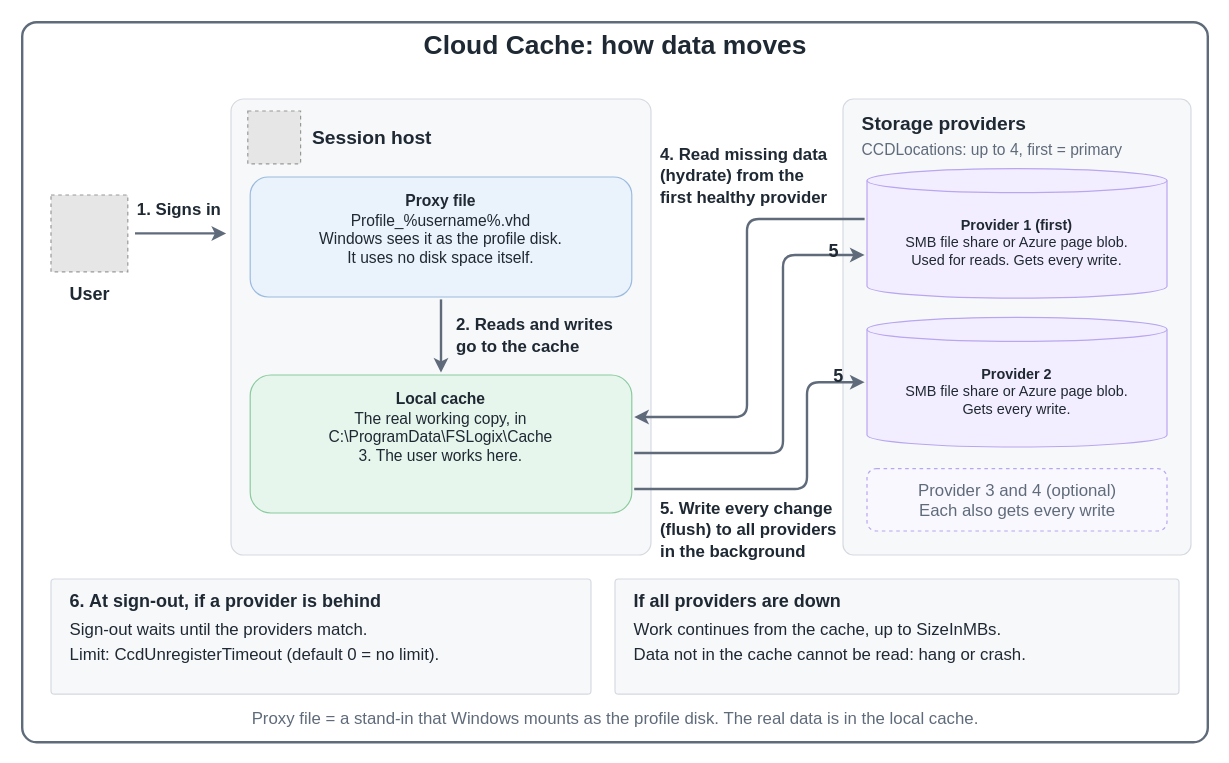
AddySidd27/cloud-ai-notes keeps this draw.io diagram as src/img/avd/AVD-FSLogix-Cloud-Cache.drawio. Above is the earlier version. Source tidied: cells renumbered, new cells numbered last; positions are measured from the earlier drawing's top-left corner, leaving out a move shared by most shapes. Both pictures are drawn from the tidied source at 120%, with x=0, y=0 at pixel (22, 22). Pictures stored in the file or linked from it are replaced by grey dashed boxes.
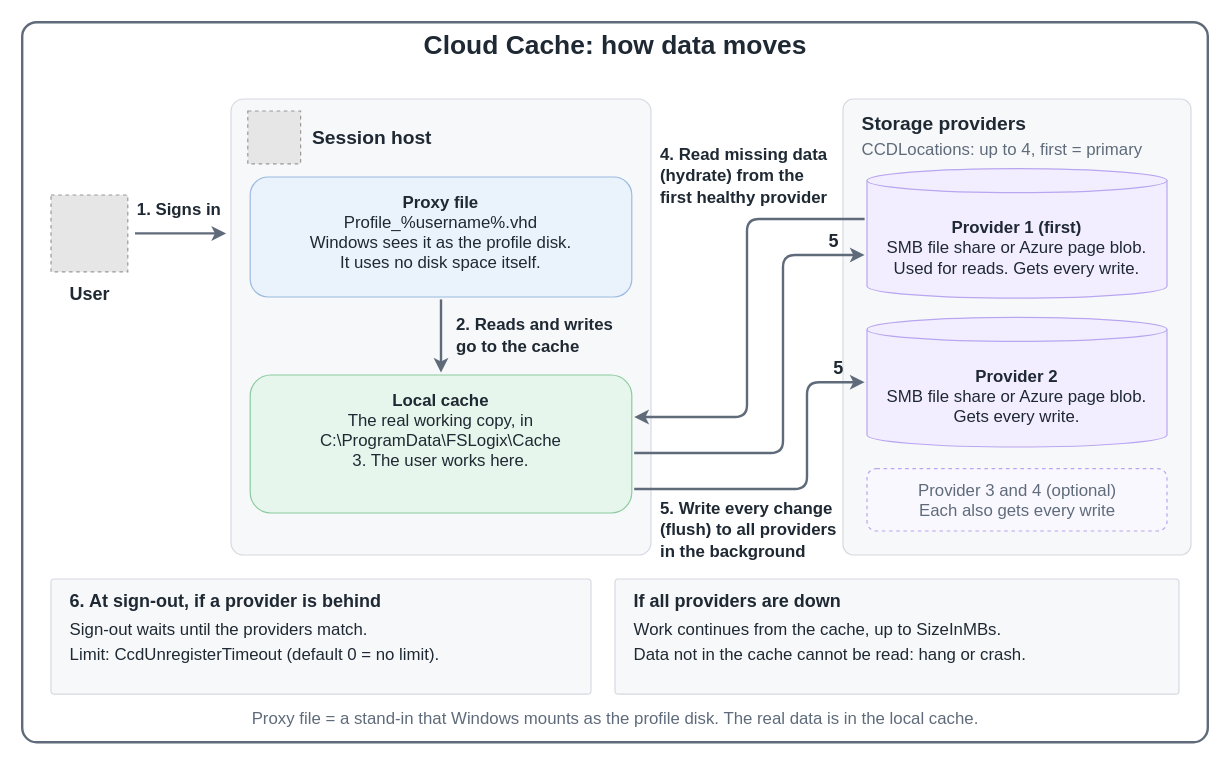
The same page after the edit.

The edit, as a diff of the source:
```diff
@@
-    <mxCell id="11" value="&lt;b&gt;Proxy file&lt;/b&gt;&lt;br&gt;Profile_%username%.vhd&lt;br&gt;Windows sees it as the profile disk.&lt;br&gt;It uses no disk space itself." style="rounded=1;whiteSpace=wrap;html=1;fillColor=#eaf2fb;strokeColor=#9bbbe0;fontSize=13;fontColor=#1f2933;verticalAlign=top;spacingTop=6;" parent="1" vertex="1">
+    <mxCell id="11" value="&lt;b&gt;Proxy file&lt;/b&gt;&lt;br&gt;Profile_%username%.vhd&lt;br&gt;Windows sees it as the profile disk.&lt;br&gt;It uses no disk space itself." style="rounded=1;whiteSpace=wrap;html=1;fillColor=#eaf2fb;strokeColor=#9bbbe0;fontSize=14;fontColor=#1f2933;verticalAlign=top;spacingTop=6;" parent="1" vertex="1">
       <mxGeometry x="190" y="129" width="318" height="100" as="geometry" />
     </mxCell>
-    <mxCell id="12" value="&lt;b&gt;Local cache&lt;/b&gt;&lt;br&gt;The real working copy, in&lt;br&gt;C:\ProgramData\FSLogix\Cache&lt;br&gt;3. The user works here." style="rounded=1;whiteSpace=wrap;html=1;fillColor=#e7f6ec;strokeColor=#8bcb9f;fontSize=13;fontColor=#1f2933;verticalAlign=top;spacingTop=6;" parent="1" vertex="1">
+    <mxCell id="12" value="&lt;b&gt;Local cache&lt;/b&gt;&lt;br&gt;The real working copy, in&lt;br&gt;C:\ProgramData\FSLogix\Cache&lt;br&gt;3. The user works here." style="rounded=1;whiteSpace=wrap;html=1;fillColor=#e7f6ec;strokeColor=#8bcb9f;fontSize=14;fontColor=#1f2933;verticalAlign=top;spacingTop=6;" parent="1" vertex="1">
       <mxGeometry x="190" y="294" width="318" height="115" as="geometry" />
     </mxCell>
@@
-    <mxCell id="18" value="CCDLocations: up to 4, first = primary" style="text;html=1;align=left;verticalAlign=middle;fontSize=13;fontColor=#5f6b7a;" parent="1" vertex="1">
+    <mxCell id="18" value="CCDLocations: up to 4, first = primary" style="text;html=1;align=left;verticalAlign=middle;fontSize=14;fontColor=#5f6b7a;" parent="1" vertex="1">
       <mxGeometry x="698" y="94" width="260" height="24" as="geometry" />
     </mxCell>
-    <mxCell id="19" value="&lt;b&gt;Provider 1 (first)&lt;/b&gt;&lt;br&gt;SMB file share or Azure page blob.&lt;br&gt;Used for reads. Gets every write." style="shape=cylinder3;whiteSpace=wrap;html=1;boundedLbl=1;backgroundOutline=1;size=10;fillColor=#f3eeff;strokeColor=#b9a6f0;fontSize=12;fontColor=#1f2933;verticalAlign=top;spacingTop=14;" parent="1" vertex="1">
+    <mxCell id="19" value="&lt;b&gt;Provider 1 (first)&lt;/b&gt;&lt;br&gt;SMB file share or Azure page blob.&lt;br&gt;Used for reads. Gets every write." style="shape=cylinder3;whiteSpace=wrap;html=1;boundedLbl=1;backgroundOutline=1;size=10;fillColor=#f3eeff;strokeColor=#b9a6f0;fontSize=14;fontColor=#1f2933;verticalAlign=top;spacingTop=14;" parent="1" vertex="1">
       <mxGeometry x="704" y="122" width="250" height="108" as="geometry" />
     </mxCell>
-    <mxCell id="20" value="&lt;b&gt;Provider 2&lt;/b&gt;&lt;br&gt;SMB file share or Azure page blob.&lt;br&gt;Gets every write." style="shape=cylinder3;whiteSpace=wrap;html=1;boundedLbl=1;backgroundOutline=1;size=10;fillColor=#f3eeff;strokeColor=#b9a6f0;fontSize=12;fontColor=#1f2933;verticalAlign=top;spacingTop=14;" parent="1" vertex="1">
+    <mxCell id="20" value="&lt;b&gt;Provider 2&lt;/b&gt;&lt;br&gt;SMB file share or Azure page blob.&lt;br&gt;Gets every write." style="shape=cylinder3;whiteSpace=wrap;html=1;boundedLbl=1;backgroundOutline=1;size=10;fillColor=#f3eeff;strokeColor=#b9a6f0;fontSize=14;fontColor=#1f2933;verticalAlign=top;spacingTop=14;" parent="1" vertex="1">
       <mxGeometry x="704" y="246" width="250" height="108" as="geometry" />
     </mxCell>
@@
     <mxCell id="31" value="&lt;b&gt;5&lt;/b&gt;" style="text;html=1;align=center;verticalAlign=middle;fontSize=15;fontColor=#1f2933;" parent="1" vertex="1">
-      <mxGeometry x="666" y="178" width="20" height="24" as="geometry" />
+      <mxGeometry x="666" y="170" width="20" height="24" as="geometry" />
     </mxCell>
     <mxCell id="32" value="&lt;b&gt;5&lt;/b&gt;" style="text;html=1;align=center;verticalAlign=middle;fontSize=15;fontColor=#1f2933;" parent="1" vertex="1">
-      <mxGeometry x="670" y="282" width="20" height="24" as="geometry" />
+      <mxGeometry x="670" y="276" width="20" height="24" as="geometry" />
     </mxCell>
```
